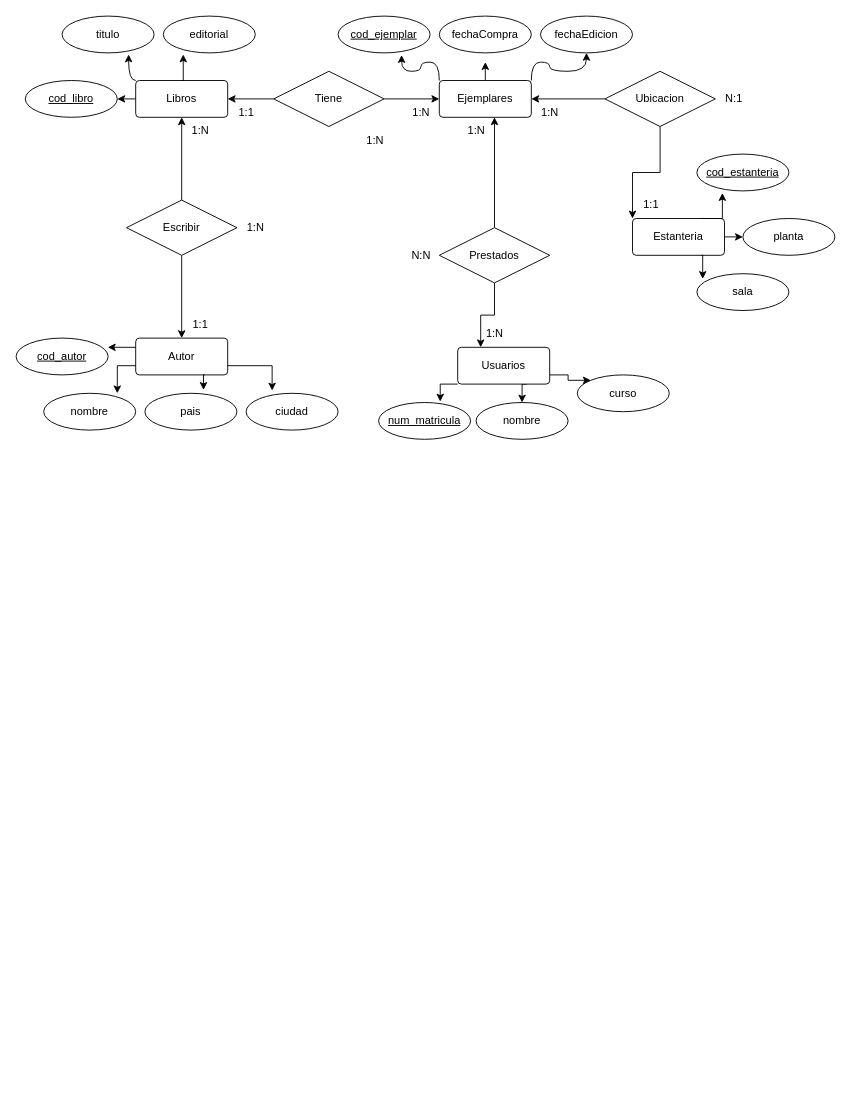
Mokius02/basesdedatos keeps this draw.io diagram as Biblioteca.drawio. Above is the earlier version. Source tidied: cells renumbered, new cells numbered last; positions are measured from the earlier drawing's top-left corner, leaving out a move shared by most shapes. Both pictures are drawn from the tidied source at 92%, with x=0, y=0 at pixel (16, 16).
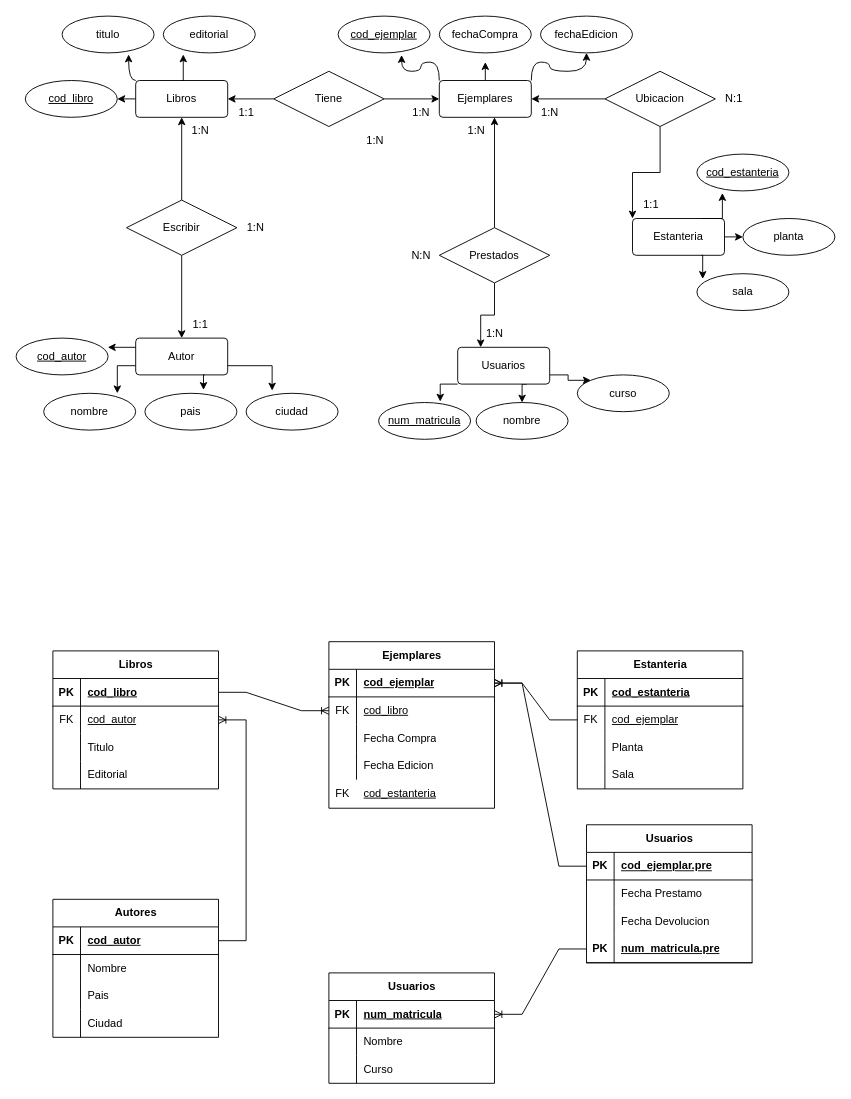
The same page after the edit.

Diff of the diagram source:
```diff
@@
+    <mxCell id="63" value="Autores" style="shape=table;startSize=30;childLayout=tableLayout;rowLines=0;fontStyle=1;align=center;html=1;" parent="1" vertex="1">
+      <mxGeometry x="40" y="960" width="180" height="150" as="geometry" />
+    </mxCell>
+    <mxCell id="64" style="shape=tableRow;horizontal=0;startSize=0;swimlaneHead=0;swimlaneBody=0;fillColor=none;points=[[0,0.5],[1,0.5]];portConstraint=eastwest;top=0;left=0;right=0;bottom=1;" parent="63" vertex="1">
+      <mxGeometry y="30" width="180" height="30" as="geometry" />
+    </mxCell>
+    <mxCell id="65" value="PK" style="shape=partialRectangle;fillColor=none;top=0;left=0;bottom=0;right=0;fontStyle=1;overflow=hidden;whiteSpace=wrap;html=1;" parent="64" vertex="1">
+      <mxGeometry width="30" height="30" as="geometry" />
+    </mxCell>
+    <mxCell id="66" value="cod_autor" style="shape=partialRectangle;fillColor=none;top=0;left=0;bottom=0;right=0;align=left;spacingLeft=6;fontStyle=5;overflow=hidden;whiteSpace=wrap;html=1;" parent="64" vertex="1">
+      <mxGeometry x="30" width="150" height="30" as="geometry" />
+    </mxCell>
+    <mxCell id="67" style="shape=tableRow;horizontal=0;startSize=0;swimlaneHead=0;swimlaneBody=0;fillColor=none;top=0;left=0;right=0;bottom=0;" parent="63" vertex="1">
+      <mxGeometry y="60" width="180" height="30" as="geometry" />
+    </mxCell>
+    <mxCell id="68" style="shape=partialRectangle;fillColor=none;top=0;left=0;bottom=0;right=0;overflow=hidden;whiteSpace=wrap;html=1;" parent="67" vertex="1">
+      <mxGeometry width="30" height="30" as="geometry" />
+    </mxCell>
+    <mxCell id="69" value="Nombre" style="shape=partialRectangle;fillColor=none;top=0;left=0;bottom=0;right=0;align=left;spacingLeft=6;overflow=hidden;whiteSpace=wrap;html=1;" parent="67" vertex="1">
+      <mxGeometry x="30" width="150" height="30" as="geometry" />
+    </mxCell>
+    <mxCell id="70" style="shape=tableRow;horizontal=0;startSize=0;swimlaneHead=0;swimlaneBody=0;fillColor=none;top=0;left=0;right=0;bottom=0;" parent="63" vertex="1">
+      <mxGeometry y="90" width="180" height="30" as="geometry" />
+    </mxCell>
+    <mxCell id="71" style="shape=partialRectangle;fillColor=none;top=0;left=0;bottom=0;right=0;overflow=hidden;whiteSpace=wrap;html=1;" parent="70" vertex="1">
+      <mxGeometry width="30" height="30" as="geometry" />
+    </mxCell>
+    <mxCell id="72" value="Pais" style="shape=partialRectangle;fillColor=none;top=0;left=0;bottom=0;right=0;align=left;spacingLeft=6;overflow=hidden;whiteSpace=wrap;html=1;" parent="70" vertex="1">
+      <mxGeometry x="30" width="150" height="30" as="geometry" />
+    </mxCell>
+    <mxCell id="73" style="shape=tableRow;horizontal=0;startSize=0;swimlaneHead=0;swimlaneBody=0;fillColor=none;top=0;left=0;right=0;bottom=0;" parent="63" vertex="1">
+      <mxGeometry y="120" width="180" height="30" as="geometry" />
+    </mxCell>
+    <mxCell id="74" style="shape=partialRectangle;fillColor=none;top=0;left=0;bottom=0;right=0;overflow=hidden;whiteSpace=wrap;html=1;" parent="73" vertex="1">
+      <mxGeometry width="30" height="30" as="geometry" />
+    </mxCell>
+    <mxCell id="75" value="Ciudad" style="shape=partialRectangle;fillColor=none;top=0;left=0;bottom=0;right=0;align=left;spacingLeft=6;overflow=hidden;whiteSpace=wrap;html=1;" parent="73" vertex="1">
+      <mxGeometry x="30" width="150" height="30" as="geometry" />
+    </mxCell>
+    <mxCell id="76" value="Libros" style="shape=table;startSize=30;childLayout=tableLayout;rowLines=0;fontStyle=1;align=center;html=1;" parent="1" vertex="1">
+      <mxGeometry x="40" y="690" width="180" height="150" as="geometry" />
+    </mxCell>
+    <mxCell id="77" style="shape=tableRow;horizontal=0;startSize=0;swimlaneHead=0;swimlaneBody=0;fillColor=none;points=[[0,0.5],[1,0.5]];portConstraint=eastwest;top=0;left=0;right=0;bottom=1;" parent="76" vertex="1">
+      <mxGeometry y="30" width="180" height="30" as="geometry" />
+    </mxCell>
+    <mxCell id="78" value="PK" style="shape=partialRectangle;fillColor=none;top=0;left=0;bottom=0;right=0;fontStyle=1;overflow=hidden;whiteSpace=wrap;html=1;" parent="77" vertex="1">
+      <mxGeometry width="30" height="30" as="geometry" />
+    </mxCell>
+    <mxCell id="79" value="cod_libro" style="shape=partialRectangle;fillColor=none;top=0;left=0;bottom=0;right=0;align=left;spacingLeft=6;fontStyle=5;overflow=hidden;whiteSpace=wrap;html=1;" parent="77" vertex="1">
+      <mxGeometry x="30" width="150" height="30" as="geometry" />
+    </mxCell>
+    <mxCell id="80" style="shape=tableRow;horizontal=0;startSize=0;swimlaneHead=0;swimlaneBody=0;fillColor=none;points=[[0,0.5],[1,0.5]];portConstraint=eastwest;top=0;left=0;right=0;bottom=0;" parent="76" vertex="1">
+      <mxGeometry y="60" width="180" height="30" as="geometry" />
+    </mxCell>
+    <mxCell id="81" value="FK" style="shape=partialRectangle;fillColor=none;top=0;left=0;bottom=0;right=0;overflow=hidden;whiteSpace=wrap;html=1;" parent="80" vertex="1">
+      <mxGeometry width="30" height="30" as="geometry" />
+    </mxCell>
+    <mxCell id="82" value="&lt;u&gt;cod_autor&lt;/u&gt;" style="shape=partialRectangle;fillColor=none;top=0;left=0;bottom=0;right=0;align=left;spacingLeft=6;overflow=hidden;whiteSpace=wrap;html=1;" parent="80" vertex="1">
+      <mxGeometry x="30" width="150" height="30" as="geometry" />
+    </mxCell>
+    <mxCell id="83" style="shape=tableRow;horizontal=0;startSize=0;swimlaneHead=0;swimlaneBody=0;fillColor=none;top=0;left=0;right=0;bottom=0;" parent="76" vertex="1">
+      <mxGeometry y="90" width="180" height="30" as="geometry" />
+    </mxCell>
+    <mxCell id="84" style="shape=partialRectangle;fillColor=none;top=0;left=0;bottom=0;right=0;overflow=hidden;whiteSpace=wrap;html=1;" parent="83" vertex="1">
+      <mxGeometry width="30" height="30" as="geometry" />
+    </mxCell>
+    <mxCell id="85" value="Titulo" style="shape=partialRectangle;fillColor=none;top=0;left=0;bottom=0;right=0;align=left;spacingLeft=6;overflow=hidden;whiteSpace=wrap;html=1;" parent="83" vertex="1">
+      <mxGeometry x="30" width="150" height="30" as="geometry" />
+    </mxCell>
+    <mxCell id="86" style="shape=tableRow;horizontal=0;startSize=0;swimlaneHead=0;swimlaneBody=0;fillColor=none;top=0;left=0;right=0;bottom=0;" parent="76" vertex="1">
+      <mxGeometry y="120" width="180" height="30" as="geometry" />
+    </mxCell>
+    <mxCell id="87" style="shape=partialRectangle;fillColor=none;top=0;left=0;bottom=0;right=0;overflow=hidden;whiteSpace=wrap;html=1;" parent="86" vertex="1">
+      <mxGeometry width="30" height="30" as="geometry" />
+    </mxCell>
+    <mxCell id="88" value="Editorial" style="shape=partialRectangle;fillColor=none;top=0;left=0;bottom=0;right=0;align=left;spacingLeft=6;overflow=hidden;whiteSpace=wrap;html=1;" parent="86" vertex="1">
+      <mxGeometry x="30" width="150" height="30" as="geometry" />
+    </mxCell>
+    <mxCell id="89" style="edgeStyle=entityRelationEdgeStyle;fontSize=12;html=1;endArrow=ERoneToMany;rounded=0;exitX=1;exitY=0.5;exitDx=0;exitDy=0;entryX=1;entryY=0.5;entryDx=0;entryDy=0;" parent="1" edge="1" source="64" target="80">
+      <mxGeometry relative="1" as="geometry" />
+    </mxCell>
+    <mxCell id="90" style="edgeStyle=entityRelationEdgeStyle;fontSize=12;html=1;endArrow=ERoneToMany;rounded=0;exitX=1;exitY=0.5;exitDx=0;exitDy=0;entryX=0;entryY=0.5;entryDx=0;entryDy=0;" parent="1" edge="1" source="77" target="109">
+      <mxGeometry relative="1" as="geometry" />
+    </mxCell>
+    <mxCell id="91" value="Estanteria" style="shape=table;startSize=30;childLayout=tableLayout;rowLines=0;fontStyle=1;align=center;html=1;" parent="1" vertex="1">
+      <mxGeometry x="610" y="690" width="180" height="150" as="geometry" />
+    </mxCell>
+    <mxCell id="92" style="shape=tableRow;horizontal=0;startSize=0;swimlaneHead=0;swimlaneBody=0;fillColor=none;top=0;left=0;right=0;bottom=1;" parent="91" vertex="1">
+      <mxGeometry y="30" width="180" height="30" as="geometry" />
+    </mxCell>
+    <mxCell id="93" value="PK" style="shape=partialRectangle;fillColor=none;top=0;left=0;bottom=0;right=0;fontStyle=1;overflow=hidden;whiteSpace=wrap;html=1;" parent="92" vertex="1">
+      <mxGeometry width="30" height="30" as="geometry" />
+    </mxCell>
+    <mxCell id="94" value="cod_estanteria" style="shape=partialRectangle;fillColor=none;top=0;left=0;bottom=0;right=0;align=left;spacingLeft=6;fontStyle=5;overflow=hidden;whiteSpace=wrap;html=1;" parent="92" vertex="1">
+      <mxGeometry x="30" width="150" height="30" as="geometry" />
+    </mxCell>
+    <mxCell id="95" style="shape=tableRow;horizontal=0;startSize=0;swimlaneHead=0;swimlaneBody=0;fillColor=none;points=[[0,0.5],[1,0.5]];portConstraint=eastwest;top=0;left=0;right=0;bottom=0;" parent="91" vertex="1">
+      <mxGeometry y="60" width="180" height="30" as="geometry" />
+    </mxCell>
+    <mxCell id="96" value="FK" style="shape=partialRectangle;fillColor=none;top=0;left=0;bottom=0;right=0;overflow=hidden;whiteSpace=wrap;html=1;" parent="95" vertex="1">
+      <mxGeometry width="30" height="30" as="geometry" />
+    </mxCell>
+    <mxCell id="97" value="&lt;u&gt;cod_ejemplar&lt;/u&gt;" style="shape=partialRectangle;fillColor=none;top=0;left=0;bottom=0;right=0;align=left;spacingLeft=6;overflow=hidden;whiteSpace=wrap;html=1;" parent="95" vertex="1">
+      <mxGeometry x="30" width="150" height="30" as="geometry" />
+    </mxCell>
+    <mxCell id="98" style="shape=tableRow;horizontal=0;startSize=0;swimlaneHead=0;swimlaneBody=0;fillColor=none;top=0;left=0;right=0;bottom=0;" parent="91" vertex="1">
+      <mxGeometry y="90" width="180" height="30" as="geometry" />
+    </mxCell>
+    <mxCell id="99" style="shape=partialRectangle;fillColor=none;top=0;left=0;bottom=0;right=0;overflow=hidden;whiteSpace=wrap;html=1;" parent="98" vertex="1">
+      <mxGeometry width="30" height="30" as="geometry" />
+    </mxCell>
+    <mxCell id="100" value="Planta" style="shape=partialRectangle;fillColor=none;top=0;left=0;bottom=0;right=0;align=left;spacingLeft=6;overflow=hidden;whiteSpace=wrap;html=1;" parent="98" vertex="1">
+      <mxGeometry x="30" width="150" height="30" as="geometry" />
+    </mxCell>
+    <mxCell id="101" style="shape=tableRow;horizontal=0;startSize=0;swimlaneHead=0;swimlaneBody=0;fillColor=none;top=0;left=0;right=0;bottom=0;" parent="91" vertex="1">
+      <mxGeometry y="120" width="180" height="30" as="geometry" />
+    </mxCell>
+    <mxCell id="102" style="shape=partialRectangle;fillColor=none;top=0;left=0;bottom=0;right=0;overflow=hidden;whiteSpace=wrap;html=1;" parent="101" vertex="1">
+      <mxGeometry width="30" height="30" as="geometry" />
+    </mxCell>
+    <mxCell id="103" value="Sala" style="shape=partialRectangle;fillColor=none;top=0;left=0;bottom=0;right=0;align=left;spacingLeft=6;overflow=hidden;whiteSpace=wrap;html=1;" parent="101" vertex="1">
+      <mxGeometry x="30" width="150" height="30" as="geometry" />
+    </mxCell>
+    <mxCell id="104" style="edgeStyle=entityRelationEdgeStyle;fontSize=12;html=1;endArrow=ERoneToMany;rounded=0;exitX=0;exitY=0.5;exitDx=0;exitDy=0;entryX=1;entryY=0.5;entryDx=0;entryDy=0;" parent="1" edge="1" source="95" target="106">
+      <mxGeometry relative="1" as="geometry" />
+    </mxCell>
+    <mxCell id="105" value="Ejemplares" style="shape=table;startSize=30;childLayout=tableLayout;rowLines=0;fontStyle=1;align=center;html=1;" parent="1" vertex="1">
+      <mxGeometry x="340" y="680" width="180" height="181" as="geometry" />
+    </mxCell>
+    <mxCell id="106" style="shape=tableRow;horizontal=0;startSize=0;swimlaneHead=0;swimlaneBody=0;fillColor=none;points=[[0,0.5],[1,0.5]];portConstraint=eastwest;top=0;left=0;right=0;bottom=1;" parent="105" vertex="1">
+      <mxGeometry y="30" width="180" height="30" as="geometry" />
+    </mxCell>
+    <mxCell id="107" value="PK" style="shape=partialRectangle;fillColor=none;top=0;left=0;bottom=0;right=0;fontStyle=1;overflow=hidden;whiteSpace=wrap;html=1;" parent="106" vertex="1">
+      <mxGeometry width="30" height="30" as="geometry" />
+    </mxCell>
+    <mxCell id="108" value="cod_ejemplar" style="shape=partialRectangle;fillColor=none;top=0;left=0;bottom=0;right=0;align=left;spacingLeft=6;fontStyle=5;overflow=hidden;whiteSpace=wrap;html=1;" parent="106" vertex="1">
+      <mxGeometry x="30" width="150" height="30" as="geometry" />
+    </mxCell>
+    <mxCell id="109" style="shape=tableRow;horizontal=0;startSize=0;swimlaneHead=0;swimlaneBody=0;fillColor=none;points=[[0,0.5],[1,0.5]];portConstraint=eastwest;top=0;left=0;right=0;bottom=0;" parent="105" vertex="1">
+      <mxGeometry y="60" width="180" height="30" as="geometry" />
+    </mxCell>
+    <mxCell id="110" value="FK" style="shape=partialRectangle;fillColor=none;top=0;left=0;bottom=0;right=0;overflow=hidden;whiteSpace=wrap;html=1;" parent="109" vertex="1">
+      <mxGeometry width="30" height="30" as="geometry" />
+    </mxCell>
+    <mxCell id="111" value="&lt;u&gt;cod_libro&lt;/u&gt;" style="shape=partialRectangle;fillColor=none;top=0;left=0;bottom=0;right=0;align=left;spacingLeft=6;overflow=hidden;whiteSpace=wrap;html=1;" parent="109" vertex="1">
+      <mxGeometry x="30" width="150" height="30" as="geometry" />
+    </mxCell>
+    <mxCell id="112" style="shape=tableRow;horizontal=0;startSize=0;swimlaneHead=0;swimlaneBody=0;fillColor=none;top=0;left=0;right=0;bottom=0;" parent="105" vertex="1">
+      <mxGeometry y="90" width="180" height="30" as="geometry" />
+    </mxCell>
+    <mxCell id="113" style="shape=partialRectangle;fillColor=none;top=0;left=0;bottom=0;right=0;overflow=hidden;whiteSpace=wrap;html=1;" parent="112" vertex="1">
+      <mxGeometry width="30" height="30" as="geometry" />
+    </mxCell>
+    <mxCell id="114" value="Fecha Compra" style="shape=partialRectangle;fillColor=none;top=0;left=0;bottom=0;right=0;align=left;spacingLeft=6;overflow=hidden;whiteSpace=wrap;html=1;" parent="112" vertex="1">
+      <mxGeometry x="30" width="150" height="30" as="geometry" />
+    </mxCell>
+    <mxCell id="115" style="shape=tableRow;horizontal=0;startSize=0;swimlaneHead=0;swimlaneBody=0;fillColor=none;top=0;left=0;right=0;bottom=0;" parent="105" vertex="1">
+      <mxGeometry y="120" width="180" height="30" as="geometry" />
+    </mxCell>
+    <mxCell id="116" style="shape=partialRectangle;fillColor=none;top=0;left=0;bottom=0;right=0;overflow=hidden;whiteSpace=wrap;html=1;" parent="115" vertex="1">
+      <mxGeometry width="30" height="30" as="geometry" />
+    </mxCell>
+    <mxCell id="117" value="Fecha Edicion" style="shape=partialRectangle;fillColor=none;top=0;left=0;bottom=0;right=0;align=left;spacingLeft=6;overflow=hidden;whiteSpace=wrap;html=1;" parent="115" vertex="1">
+      <mxGeometry x="30" width="150" height="30" as="geometry" />
+    </mxCell>
+    <mxCell id="118" value="Usuarios" style="shape=table;startSize=30;childLayout=tableLayout;rowLines=0;fontStyle=1;align=center;html=1;" parent="1" vertex="1">
+      <mxGeometry x="340" y="1040" width="180" height="120" as="geometry" />
+    </mxCell>
+    <mxCell id="119" style="shape=tableRow;horizontal=0;startSize=0;swimlaneHead=0;swimlaneBody=0;fillColor=none;points=[[0,0.5],[1,0.5]];portConstraint=eastwest;top=0;left=0;right=0;bottom=1;" parent="118" vertex="1">
+      <mxGeometry y="30" width="180" height="30" as="geometry" />
+    </mxCell>
+    <mxCell id="120" value="PK" style="shape=partialRectangle;fillColor=none;top=0;left=0;bottom=0;right=0;fontStyle=1;overflow=hidden;whiteSpace=wrap;html=1;" parent="119" vertex="1">
+      <mxGeometry width="30" height="30" as="geometry" />
+    </mxCell>
+    <mxCell id="121" value="num_matricula" style="shape=partialRectangle;fillColor=none;top=0;left=0;bottom=0;right=0;align=left;spacingLeft=6;fontStyle=5;overflow=hidden;whiteSpace=wrap;html=1;" parent="119" vertex="1">
+      <mxGeometry x="30" width="150" height="30" as="geometry" />
+    </mxCell>
+    <mxCell id="122" style="shape=tableRow;horizontal=0;startSize=0;swimlaneHead=0;swimlaneBody=0;fillColor=none;top=0;left=0;right=0;bottom=0;" parent="118" vertex="1">
+      <mxGeometry y="60" width="180" height="30" as="geometry" />
+    </mxCell>
+    <mxCell id="123" style="shape=partialRectangle;fillColor=none;top=0;left=0;bottom=0;right=0;overflow=hidden;whiteSpace=wrap;html=1;" parent="122" vertex="1">
+      <mxGeometry width="30" height="30" as="geometry" />
+    </mxCell>
+    <mxCell id="124" value="Nombre" style="shape=partialRectangle;fillColor=none;top=0;left=0;bottom=0;right=0;align=left;spacingLeft=6;overflow=hidden;whiteSpace=wrap;html=1;" parent="122" vertex="1">
+      <mxGeometry x="30" width="150" height="30" as="geometry" />
+    </mxCell>
+    <mxCell id="125" style="shape=tableRow;horizontal=0;startSize=0;swimlaneHead=0;swimlaneBody=0;fillColor=none;top=0;left=0;right=0;bottom=0;" parent="118" vertex="1">
+      <mxGeometry y="90" width="180" height="30" as="geometry" />
+    </mxCell>
+    <mxCell id="126" style="shape=partialRectangle;fillColor=none;top=0;left=0;bottom=0;right=0;overflow=hidden;whiteSpace=wrap;html=1;" parent="125" vertex="1">
+      <mxGeometry width="30" height="30" as="geometry" />
+    </mxCell>
+    <mxCell id="127" value="Curso" style="shape=partialRectangle;fillColor=none;top=0;left=0;bottom=0;right=0;align=left;spacingLeft=6;overflow=hidden;whiteSpace=wrap;html=1;" parent="125" vertex="1">
+      <mxGeometry x="30" width="150" height="30" as="geometry" />
+    </mxCell>
+    <mxCell id="128" style="shape=tableRow;horizontal=0;startSize=0;swimlaneHead=0;swimlaneBody=0;fillColor=none;top=0;left=0;right=0;bottom=0;" parent="1" vertex="1">
+      <mxGeometry x="340" y="830" width="180" height="30" as="geometry" />
+    </mxCell>
+    <mxCell id="129" value="FK" style="shape=partialRectangle;fillColor=none;top=0;left=0;bottom=0;right=0;overflow=hidden;whiteSpace=wrap;html=1;" parent="128" vertex="1">
+      <mxGeometry width="30" height="30" as="geometry" />
+    </mxCell>
+    <mxCell id="130" value="&lt;u&gt;cod_estanteria&lt;/u&gt;" style="shape=partialRectangle;fillColor=none;top=0;left=0;bottom=0;right=0;align=left;spacingLeft=6;overflow=hidden;whiteSpace=wrap;html=1;" parent="128" vertex="1">
+      <mxGeometry x="30" width="150" height="30" as="geometry" />
+    </mxCell>
+    <mxCell id="131" value="Usuarios" style="shape=table;startSize=30;childLayout=tableLayout;rowLines=0;fontStyle=1;align=center;html=1;" parent="1" vertex="1">
+      <mxGeometry x="620" y="879" width="180" height="150" as="geometry" />
+    </mxCell>
+    <mxCell id="132" style="shape=tableRow;horizontal=0;startSize=0;swimlaneHead=0;swimlaneBody=0;fillColor=none;points=[[0,0.5],[1,0.5]];portConstraint=eastwest;top=0;left=0;right=0;bottom=1;" parent="131" vertex="1">
+      <mxGeometry y="30" width="180" height="30" as="geometry" />
+    </mxCell>
+    <mxCell id="133" value="PK" style="shape=partialRectangle;fillColor=none;top=0;left=0;bottom=0;right=0;fontStyle=1;overflow=hidden;whiteSpace=wrap;html=1;" parent="132" vertex="1">
+      <mxGeometry width="30" height="30" as="geometry" />
+    </mxCell>
+    <mxCell id="134" value="cod_ejemplar.pre" style="shape=partialRectangle;fillColor=none;top=0;left=0;bottom=0;right=0;align=left;spacingLeft=6;fontStyle=5;overflow=hidden;whiteSpace=wrap;html=1;" parent="132" vertex="1">
+      <mxGeometry x="30" width="150" height="30" as="geometry" />
+    </mxCell>
+    <mxCell id="135" style="shape=tableRow;horizontal=0;startSize=0;swimlaneHead=0;swimlaneBody=0;fillColor=none;top=0;left=0;right=0;bottom=0;" parent="131" vertex="1">
+      <mxGeometry y="60" width="180" height="30" as="geometry" />
+    </mxCell>
+    <mxCell id="136" style="shape=partialRectangle;fillColor=none;top=0;left=0;bottom=0;right=0;overflow=hidden;whiteSpace=wrap;html=1;" parent="135" vertex="1">
+      <mxGeometry width="30" height="30" as="geometry" />
+    </mxCell>
+    <mxCell id="137" value="Fecha Prestamo" style="shape=partialRectangle;fillColor=none;top=0;left=0;bottom=0;right=0;align=left;spacingLeft=6;overflow=hidden;whiteSpace=wrap;html=1;" parent="135" vertex="1">
+      <mxGeometry x="30" width="150" height="30" as="geometry" />
+    </mxCell>
+    <mxCell id="138" style="shape=tableRow;horizontal=0;startSize=0;swimlaneHead=0;swimlaneBody=0;fillColor=none;top=0;left=0;right=0;bottom=0;" parent="131" vertex="1">
+      <mxGeometry y="90" width="180" height="30" as="geometry" />
+    </mxCell>
+    <mxCell id="139" style="shape=partialRectangle;fillColor=none;top=0;left=0;bottom=0;right=0;overflow=hidden;whiteSpace=wrap;html=1;" parent="138" vertex="1">
+      <mxGeometry width="30" height="30" as="geometry" />
+    </mxCell>
+    <mxCell id="140" value="Fecha Devolucion" style="shape=partialRectangle;fillColor=none;top=0;left=0;bottom=0;right=0;align=left;spacingLeft=6;overflow=hidden;whiteSpace=wrap;html=1;" parent="138" vertex="1">
+      <mxGeometry x="30" width="150" height="30" as="geometry" />
+    </mxCell>
+    <mxCell id="141" style="shape=tableRow;horizontal=0;startSize=0;swimlaneHead=0;swimlaneBody=0;fillColor=none;points=[[0,0.5],[1,0.5]];portConstraint=eastwest;top=0;left=0;right=0;bottom=1;" parent="131" vertex="1">
+      <mxGeometry y="120" width="180" height="30" as="geometry" />
+    </mxCell>
+    <mxCell id="142" value="PK" style="shape=partialRectangle;fillColor=none;top=0;left=0;bottom=0;right=0;fontStyle=1;overflow=hidden;whiteSpace=wrap;html=1;" parent="141" vertex="1">
+      <mxGeometry width="30" height="30" as="geometry" />
+    </mxCell>
+    <mxCell id="143" value="num_matricula.pre" style="shape=partialRectangle;fillColor=none;top=0;left=0;bottom=0;right=0;align=left;spacingLeft=6;fontStyle=5;overflow=hidden;whiteSpace=wrap;html=1;" parent="141" vertex="1">
+      <mxGeometry x="30" width="150" height="30" as="geometry" />
+    </mxCell>
+    <mxCell id="144" style="edgeStyle=entityRelationEdgeStyle;fontSize=12;html=1;endArrow=ERoneToMany;rounded=0;exitX=0;exitY=0.5;exitDx=0;exitDy=0;entryX=1;entryY=0.5;entryDx=0;entryDy=0;" parent="1" edge="1" source="141" target="119">
+      <mxGeometry relative="1" as="geometry" />
+    </mxCell>
+    <mxCell id="145" style="edgeStyle=entityRelationEdgeStyle;fontSize=12;html=1;endArrow=ERoneToMany;rounded=0;exitX=0;exitY=0.5;exitDx=0;exitDy=0;entryX=1;entryY=0.5;entryDx=0;entryDy=0;" parent="1" edge="1" source="132" target="106">
+      <mxGeometry relative="1" as="geometry" />
+    </mxCell>
```
